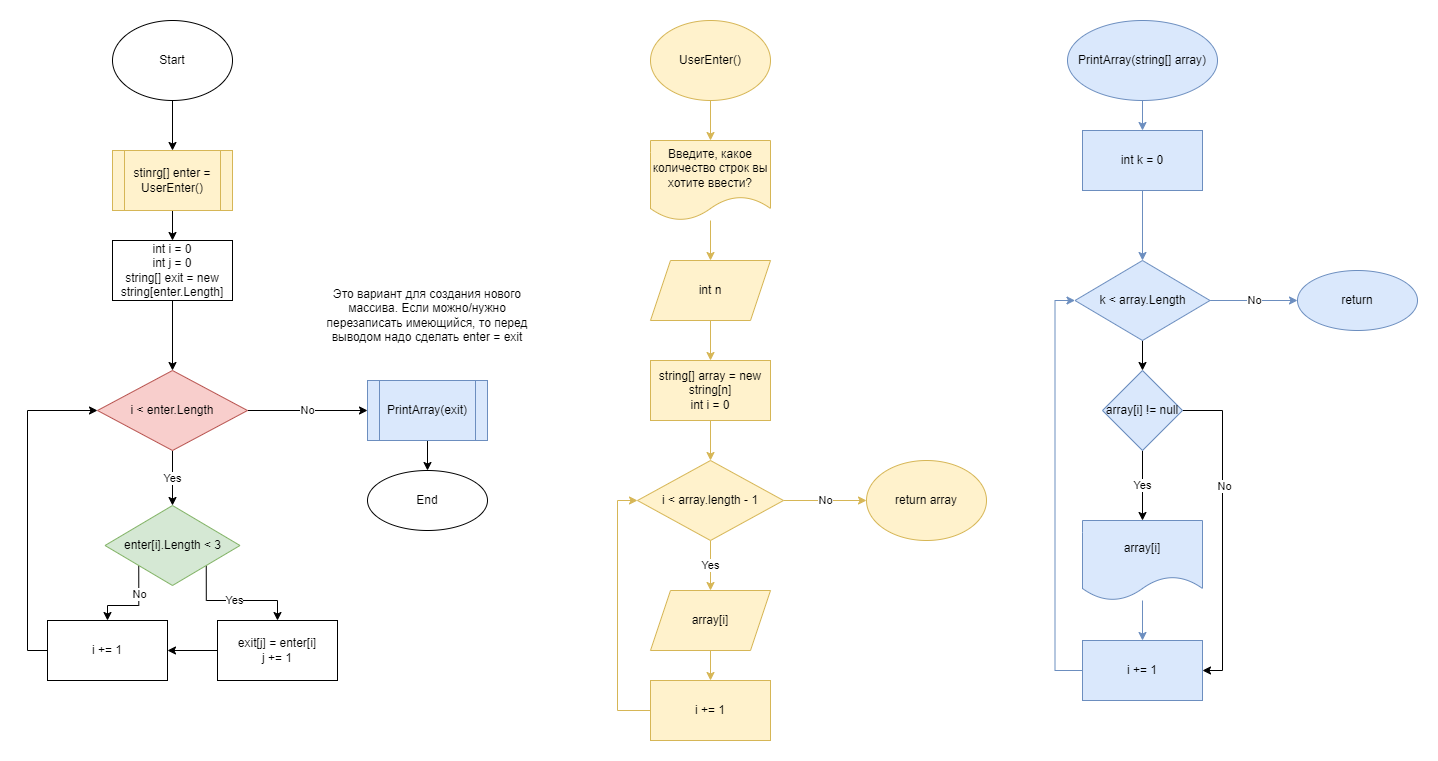
Before: testGB1(diagramm).png, a diagram exported from draw.io (letSmilesz/testGB1). Source tidied: cells renumbered, new cells last; positions are measured from the earlier drawing's top-left corner, leaving out a move shared by most shapes. The source it was exported from:
```xml
<mxGraphModel>
  <root>
    <mxCell id="0" />
    <mxCell id="1" parent="0" />
    <mxCell id="2" style="edgeStyle=orthogonalEdgeStyle;rounded=0;jettySize=auto;html=1;entryX=0.5;entryY=0;entryDx=0;entryDy=0;" parent="1" edge="1" source="3">
      <mxGeometry relative="1" as="geometry">
        <mxPoint x="125" y="130" as="targetPoint" />
      </mxGeometry>
    </mxCell>
    <mxCell id="3" value="Start" style="ellipse;whiteSpace=wrap;html=1;" parent="1" vertex="1">
      <mxGeometry x="65" width="120" height="80" as="geometry" />
    </mxCell>
    <mxCell id="4" style="edgeStyle=orthogonalEdgeStyle;rounded=0;jettySize=auto;html=1;entryX=0.5;entryY=0;entryDx=0;entryDy=0;fillColor=#fff2cc;strokeColor=#d6b656;" parent="1" edge="1" source="5" target="11">
      <mxGeometry relative="1" as="geometry" />
    </mxCell>
    <mxCell id="5" value="UserEnter()" style="ellipse;whiteSpace=wrap;html=1;fillColor=#fff2cc;strokeColor=#d6b656;" parent="1" vertex="1">
      <mxGeometry x="603" width="120" height="80" as="geometry" />
    </mxCell>
    <mxCell id="6" style="edgeStyle=orthogonalEdgeStyle;rounded=0;jettySize=auto;html=1;fillColor=#fff2cc;strokeColor=#d6b656;" parent="1" edge="1" source="7" target="16">
      <mxGeometry relative="1" as="geometry" />
    </mxCell>
    <mxCell id="7" value="string[] array = new string[n]&lt;br&gt;int i = 0" style="whiteSpace=wrap;html=1;fillColor=#fff2cc;strokeColor=#d6b656;" parent="1" vertex="1">
      <mxGeometry x="603" y="340" width="120" height="60" as="geometry" />
    </mxCell>
    <mxCell id="8" style="edgeStyle=orthogonalEdgeStyle;rounded=0;jettySize=auto;html=1;" parent="1" edge="1" source="9" target="23">
      <mxGeometry relative="1" as="geometry" />
    </mxCell>
    <mxCell id="9" value="stinrg[] enter = UserEnter()" style="shape=process;whiteSpace=wrap;html=1;backgroundOutline=1;fillColor=#fff2cc;strokeColor=#d6b656;" parent="1" vertex="1">
      <mxGeometry x="65" y="130" width="120" height="60" as="geometry" />
    </mxCell>
    <mxCell id="10" style="edgeStyle=orthogonalEdgeStyle;rounded=0;jettySize=auto;html=1;fillColor=#fff2cc;strokeColor=#d6b656;" parent="1" edge="1" source="11" target="13">
      <mxGeometry relative="1" as="geometry" />
    </mxCell>
    <mxCell id="11" value="Введите, какое количество строк вы хотите ввести?" style="shape=document;whiteSpace=wrap;html=1;boundedLbl=1;fillColor=#fff2cc;strokeColor=#d6b656;" parent="1" vertex="1">
      <mxGeometry x="603" y="120" width="120" height="80" as="geometry" />
    </mxCell>
    <mxCell id="12" style="edgeStyle=orthogonalEdgeStyle;rounded=0;jettySize=auto;html=1;fillColor=#fff2cc;strokeColor=#d6b656;" parent="1" edge="1" source="13" target="7">
      <mxGeometry relative="1" as="geometry" />
    </mxCell>
    <mxCell id="13" value="int n" style="shape=parallelogram;perimeter=parallelogramPerimeter;whiteSpace=wrap;html=1;fixedSize=1;fillColor=#fff2cc;strokeColor=#d6b656;" parent="1" vertex="1">
      <mxGeometry x="603" y="240" width="120" height="60" as="geometry" />
    </mxCell>
    <mxCell id="14" value="No" style="edgeStyle=orthogonalEdgeStyle;rounded=0;jettySize=auto;html=1;entryX=0;entryY=0.5;entryDx=0;entryDy=0;fillColor=#fff2cc;strokeColor=#d6b656;" parent="1" edge="1" source="16" target="21">
      <mxGeometry relative="1" as="geometry" />
    </mxCell>
    <mxCell id="15" value="Yes" style="edgeStyle=orthogonalEdgeStyle;rounded=0;jettySize=auto;html=1;entryX=0.5;entryY=0;entryDx=0;entryDy=0;fillColor=#fff2cc;strokeColor=#d6b656;" parent="1" edge="1" source="16" target="18">
      <mxGeometry relative="1" as="geometry" />
    </mxCell>
    <mxCell id="16" value="i &amp;lt; array.length - 1" style="rhombus;whiteSpace=wrap;html=1;fillColor=#fff2cc;strokeColor=#d6b656;" parent="1" vertex="1">
      <mxGeometry x="590" y="440" width="146" height="80" as="geometry" />
    </mxCell>
    <mxCell id="17" style="edgeStyle=orthogonalEdgeStyle;rounded=0;jettySize=auto;html=1;fillColor=#fff2cc;strokeColor=#d6b656;" parent="1" edge="1" source="18" target="20">
      <mxGeometry relative="1" as="geometry" />
    </mxCell>
    <mxCell id="18" value="array[i]" style="shape=parallelogram;perimeter=parallelogramPerimeter;whiteSpace=wrap;html=1;fixedSize=1;fillColor=#fff2cc;strokeColor=#d6b656;" parent="1" vertex="1">
      <mxGeometry x="603" y="570" width="120" height="60" as="geometry" />
    </mxCell>
    <mxCell id="19" style="edgeStyle=orthogonalEdgeStyle;rounded=0;jettySize=auto;html=1;exitX=0;exitY=0.5;exitDx=0;exitDy=0;entryX=0;entryY=0.5;entryDx=0;entryDy=0;fillColor=#fff2cc;strokeColor=#d6b656;" parent="1" edge="1" source="20" target="16">
      <mxGeometry relative="1" as="geometry" />
    </mxCell>
    <mxCell id="20" value="i += 1" style="whiteSpace=wrap;html=1;fillColor=#fff2cc;strokeColor=#d6b656;" parent="1" vertex="1">
      <mxGeometry x="603" y="660" width="120" height="60" as="geometry" />
    </mxCell>
    <mxCell id="21" value="return array" style="ellipse;whiteSpace=wrap;html=1;fillColor=#fff2cc;strokeColor=#d6b656;" parent="1" vertex="1">
      <mxGeometry x="819" y="440" width="120" height="80" as="geometry" />
    </mxCell>
    <mxCell id="22" style="edgeStyle=orthogonalEdgeStyle;rounded=0;jettySize=auto;html=1;" parent="1" edge="1" source="23" target="26">
      <mxGeometry relative="1" as="geometry" />
    </mxCell>
    <mxCell id="23" value="int i = 0&lt;br&gt;int j = 0&lt;br&gt;string[] exit = new string[enter.Length]" style="whiteSpace=wrap;html=1;" parent="1" vertex="1">
      <mxGeometry x="65" y="220" width="120" height="60" as="geometry" />
    </mxCell>
    <mxCell id="24" value="No" style="edgeStyle=orthogonalEdgeStyle;rounded=0;jettySize=auto;html=1;entryX=0;entryY=0.5;entryDx=0;entryDy=0;" parent="1" edge="1" source="26" target="34">
      <mxGeometry relative="1" as="geometry" />
    </mxCell>
    <mxCell id="25" value="Yes" style="edgeStyle=orthogonalEdgeStyle;rounded=0;jettySize=auto;html=1;entryX=0.5;entryY=0;entryDx=0;entryDy=0;" parent="1" edge="1" source="26" target="30">
      <mxGeometry relative="1" as="geometry" />
    </mxCell>
    <mxCell id="26" value="i &amp;lt; enter.Length" style="rhombus;whiteSpace=wrap;html=1;fillColor=#f8cecc;strokeColor=#b85450;" parent="1" vertex="1">
      <mxGeometry x="50" y="350" width="150" height="80" as="geometry" />
    </mxCell>
    <mxCell id="27" value="Yes" style="edgeStyle=orthogonalEdgeStyle;rounded=0;jettySize=auto;html=1;exitX=1;exitY=1;exitDx=0;exitDy=0;entryX=0.5;entryY=0;entryDx=0;entryDy=0;" parent="1" edge="1" source="30" target="32">
      <mxGeometry relative="1" as="geometry">
        <Array as="points">
          <mxPoint x="159" y="580" />
          <mxPoint x="230" y="580" />
        </Array>
      </mxGeometry>
    </mxCell>
    <mxCell id="28" style="edgeStyle=orthogonalEdgeStyle;rounded=0;jettySize=auto;html=1;exitX=0;exitY=1;exitDx=0;exitDy=0;entryX=0.5;entryY=0;entryDx=0;entryDy=0;" parent="1" edge="1" source="30" target="49">
      <mxGeometry relative="1" as="geometry" />
    </mxCell>
    <mxCell id="29" value="No" style="edgeLabel;html=1;align=center;verticalAlign=middle;" parent="28" vertex="1">
      <mxGeometry x="-0.33" relative="1" as="geometry" />
    </mxCell>
    <mxCell id="30" value="enter[i].Length &amp;lt; 3" style="rhombus;whiteSpace=wrap;html=1;fillColor=#d5e8d4;strokeColor=#82b366;" parent="1" vertex="1">
      <mxGeometry x="57.5" y="485" width="135" height="80" as="geometry" />
    </mxCell>
    <mxCell id="31" style="edgeStyle=orthogonalEdgeStyle;rounded=0;jettySize=auto;html=1;" parent="1" edge="1" source="32" target="49">
      <mxGeometry relative="1" as="geometry" />
    </mxCell>
    <mxCell id="32" value="exit[j] = enter[i]&lt;br&gt;j += 1" style="rounded=0;whiteSpace=wrap;html=1;" parent="1" vertex="1">
      <mxGeometry x="170" y="600" width="120" height="60" as="geometry" />
    </mxCell>
    <mxCell id="33" style="edgeStyle=orthogonalEdgeStyle;rounded=0;jettySize=auto;html=1;" parent="1" edge="1" source="34" target="35">
      <mxGeometry relative="1" as="geometry" />
    </mxCell>
    <mxCell id="34" value="PrintArray(exit)" style="shape=process;whiteSpace=wrap;html=1;backgroundOutline=1;fillColor=#dae8fc;strokeColor=#6c8ebf;" parent="1" vertex="1">
      <mxGeometry x="320" y="360" width="120" height="60" as="geometry" />
    </mxCell>
    <mxCell id="35" value="End" style="ellipse;whiteSpace=wrap;html=1;" parent="1" vertex="1">
      <mxGeometry x="320" y="450" width="120" height="60" as="geometry" />
    </mxCell>
    <mxCell id="36" style="edgeStyle=orthogonalEdgeStyle;rounded=0;jettySize=auto;html=1;fillColor=#dae8fc;strokeColor=#6c8ebf;" parent="1" edge="1" source="37" target="39">
      <mxGeometry relative="1" as="geometry" />
    </mxCell>
    <mxCell id="37" value="PrintArray(string[] array)" style="ellipse;whiteSpace=wrap;html=1;fillColor=#dae8fc;strokeColor=#6c8ebf;" parent="1" vertex="1">
      <mxGeometry x="1020" width="150" height="80" as="geometry" />
    </mxCell>
    <mxCell id="38" style="edgeStyle=orthogonalEdgeStyle;rounded=0;jettySize=auto;html=1;fillColor=#dae8fc;strokeColor=#6c8ebf;" parent="1" edge="1" source="39" target="42">
      <mxGeometry relative="1" as="geometry" />
    </mxCell>
    <mxCell id="39" value="int k = 0" style="whiteSpace=wrap;html=1;fillColor=#dae8fc;strokeColor=#6c8ebf;" parent="1" vertex="1">
      <mxGeometry x="1035" y="110" width="120" height="60" as="geometry" />
    </mxCell>
    <mxCell id="40" value="No" style="edgeStyle=orthogonalEdgeStyle;rounded=0;jettySize=auto;html=1;fillColor=#dae8fc;strokeColor=#6c8ebf;" parent="1" edge="1" source="42" target="43">
      <mxGeometry relative="1" as="geometry" />
    </mxCell>
    <mxCell id="41" style="edgeStyle=orthogonalEdgeStyle;rounded=0;jettySize=auto;html=1;" parent="1" edge="1" source="42" target="53">
      <mxGeometry relative="1" as="geometry" />
    </mxCell>
    <mxCell id="42" value="k &amp;lt; array.Length" style="rhombus;whiteSpace=wrap;html=1;fillColor=#dae8fc;strokeColor=#6c8ebf;" parent="1" vertex="1">
      <mxGeometry x="1027.5" y="240" width="135" height="80" as="geometry" />
    </mxCell>
    <mxCell id="43" value="return" style="ellipse;whiteSpace=wrap;html=1;fillColor=#dae8fc;strokeColor=#6c8ebf;" parent="1" vertex="1">
      <mxGeometry x="1250" y="250" width="120" height="60" as="geometry" />
    </mxCell>
    <mxCell id="44" style="edgeStyle=orthogonalEdgeStyle;rounded=0;jettySize=auto;html=1;fillColor=#dae8fc;strokeColor=#6c8ebf;" parent="1" edge="1" source="45" target="47">
      <mxGeometry relative="1" as="geometry" />
    </mxCell>
    <mxCell id="45" value="array[i]" style="shape=document;whiteSpace=wrap;html=1;boundedLbl=1;fillColor=#dae8fc;strokeColor=#6c8ebf;" parent="1" vertex="1">
      <mxGeometry x="1035" y="500" width="120" height="80" as="geometry" />
    </mxCell>
    <mxCell id="46" style="edgeStyle=orthogonalEdgeStyle;rounded=0;jettySize=auto;html=1;exitX=0;exitY=0.5;exitDx=0;exitDy=0;entryX=0;entryY=0.5;entryDx=0;entryDy=0;fillColor=#dae8fc;strokeColor=#6c8ebf;" parent="1" edge="1" source="47" target="42">
      <mxGeometry relative="1" as="geometry" />
    </mxCell>
    <mxCell id="47" value="i += 1" style="whiteSpace=wrap;html=1;fillColor=#dae8fc;strokeColor=#6c8ebf;" parent="1" vertex="1">
      <mxGeometry x="1035" y="620" width="120" height="60" as="geometry" />
    </mxCell>
    <mxCell id="48" style="edgeStyle=orthogonalEdgeStyle;rounded=0;jettySize=auto;html=1;exitX=0;exitY=0.5;exitDx=0;exitDy=0;entryX=0;entryY=0.5;entryDx=0;entryDy=0;" parent="1" edge="1" source="49" target="26">
      <mxGeometry relative="1" as="geometry" />
    </mxCell>
    <mxCell id="49" value="i += 1" style="rounded=0;whiteSpace=wrap;html=1;" parent="1" vertex="1">
      <mxGeometry y="600" width="120" height="60" as="geometry" />
    </mxCell>
    <mxCell id="50" value="Yes" style="edgeStyle=orthogonalEdgeStyle;rounded=0;jettySize=auto;html=1;" parent="1" edge="1" source="53" target="45">
      <mxGeometry relative="1" as="geometry" />
    </mxCell>
    <mxCell id="51" style="edgeStyle=orthogonalEdgeStyle;rounded=0;jettySize=auto;html=1;exitX=1;exitY=0.5;exitDx=0;exitDy=0;entryX=1;entryY=0.5;entryDx=0;entryDy=0;" parent="1" edge="1" source="53" target="47">
      <mxGeometry relative="1" as="geometry" />
    </mxCell>
    <mxCell id="52" value="No" style="edgeLabel;html=1;align=center;verticalAlign=middle;" parent="51" vertex="1">
      <mxGeometry x="-0.28" y="1" relative="1" as="geometry" />
    </mxCell>
    <mxCell id="53" value="array[i] != null" style="rhombus;whiteSpace=wrap;html=1;fillColor=#dae8fc;strokeColor=#6c8ebf;" parent="1" vertex="1">
      <mxGeometry x="1055" y="350" width="80" height="80" as="geometry" />
    </mxCell>
    <mxCell id="54" value="Это вариант для создания нового массива. Если можно/нужно перезаписать имеющийся, то перед выводом надо сделать enter = exit" style="text;html=1;strokeColor=none;fillColor=none;align=center;verticalAlign=middle;whiteSpace=wrap;rounded=0;" parent="1" vertex="1">
      <mxGeometry x="270" y="280" width="220" height="30" as="geometry" />
    </mxCell>
  </root>
</mxGraphModel>
```
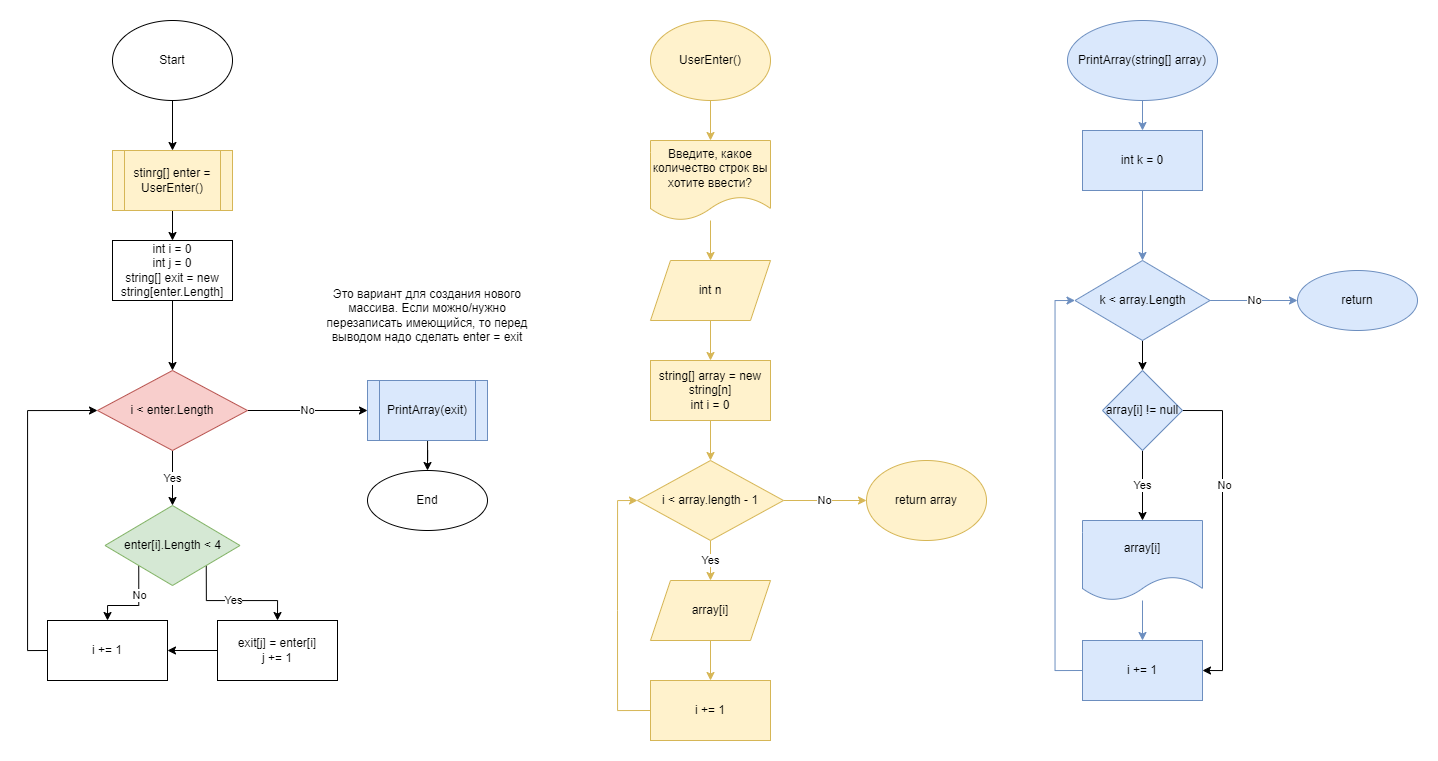
After the change.

Commit message:
fixed error in block diagram

The edit, as a diff of the source:
```diff
@@ -52,11 +52,13 @@
     <mxCell id="17" style="edgeStyle=orthogonalEdgeStyle;rounded=0;jettySize=auto;html=1;fillColor=#fff2cc;strokeColor=#d6b656;" parent="1" edge="1" source="18" target="20">
       <mxGeometry relative="1" as="geometry" />
     </mxCell>
-    <mxCell id="18" value="array[i]" style="shape=parallelogram;perimeter=parallelogramPerimeter;whiteSpace=wrap;html=1;fixedSize=1;fillColor=#fff2cc;strokeColor=#d6b656;" parent="1" vertex="1">
-      <mxGeometry x="603" y="570" width="120" height="60" as="geometry" />
-    </mxCell>
-    <mxCell id="19" style="edgeStyle=orthogonalEdgeStyle;rounded=0;jettySize=auto;html=1;exitX=0;exitY=0.5;exitDx=0;exitDy=0;entryX=0;entryY=0.5;entryDx=0;entryDy=0;fillColor=#fff2cc;strokeColor=#d6b656;" parent="1" edge="1" source="20" target="16">
-      <mxGeometry relative="1" as="geometry" />
+    <mxCell id="19" style="edgeStyle=orthogonalEdgeStyle;rounded=0;jettySize=auto;html=1;entryX=0;entryY=0.5;entryDx=0;entryDy=0;fillColor=#fff2cc;strokeColor=#d6b656;startArrow=none;" parent="1" edge="1" target="16">
+      <mxGeometry relative="1" as="geometry">
+        <mxPoint x="570" y="590" as="sourcePoint" />
+        <Array as="points">
+          <mxPoint x="570" y="480" />
+        </Array>
+      </mxGeometry>
     </mxCell>
     <mxCell id="20" value="i += 1" style="whiteSpace=wrap;html=1;fillColor=#fff2cc;strokeColor=#d6b656;" parent="1" vertex="1">
       <mxGeometry x="603" y="660" width="120" height="60" as="geometry" />
@@ -93,7 +95,7 @@
     <mxCell id="29" value="No" style="edgeLabel;html=1;align=center;verticalAlign=middle;" parent="28" vertex="1">
       <mxGeometry x="-0.33" relative="1" as="geometry" />
     </mxCell>
-    <mxCell id="30" value="enter[i].Length &amp;lt; 3" style="rhombus;whiteSpace=wrap;html=1;fillColor=#d5e8d4;strokeColor=#82b366;" parent="1" vertex="1">
+    <mxCell id="30" value="enter[i].Length &amp;lt; 4" style="rhombus;whiteSpace=wrap;html=1;fillColor=#d5e8d4;strokeColor=#82b366;" parent="1" vertex="1">
       <mxGeometry x="57.5" y="485" width="135" height="80" as="geometry" />
     </mxCell>
     <mxCell id="31" style="edgeStyle=orthogonalEdgeStyle;rounded=0;jettySize=auto;html=1;" parent="1" edge="1" source="32" target="49">
@@ -168,5 +170,16 @@
     <mxCell id="54" value="Это вариант для создания нового массива. Если можно/нужно перезаписать имеющийся, то перед выводом надо сделать enter = exit" style="text;html=1;strokeColor=none;fillColor=none;align=center;verticalAlign=middle;whiteSpace=wrap;rounded=0;" parent="1" vertex="1">
       <mxGeometry x="270" y="280" width="220" height="30" as="geometry" />
     </mxCell>
+    <mxCell id="18" value="array[i]" style="shape=parallelogram;perimeter=parallelogramPerimeter;whiteSpace=wrap;html=1;fixedSize=1;fillColor=#fff2cc;strokeColor=#d6b656;" parent="1" vertex="1">
+      <mxGeometry x="603" y="560" width="120" height="60" as="geometry" />
+    </mxCell>
+    <mxCell id="55" style="edgeStyle=orthogonalEdgeStyle;rounded=0;jettySize=auto;html=1;exitX=0;exitY=0.5;exitDx=0;exitDy=0;fillColor=#fff2cc;strokeColor=#d6b656;endArrow=none;" parent="1" edge="1" source="20">
+      <mxGeometry relative="1" as="geometry">
+        <mxPoint x="570" y="590" as="targetPoint" />
+        <Array as="points">
+          <mxPoint x="570" y="690" />
+        </Array>
+      </mxGeometry>
+    </mxCell>
   </root>
 </mxGraphModel>
```
